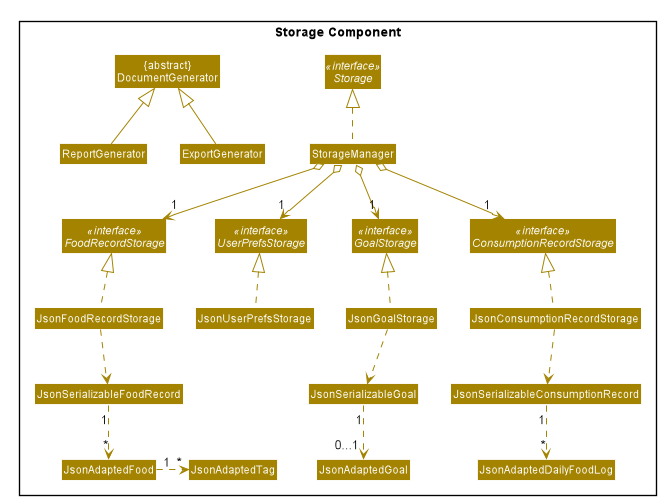
The PlantUML diagram images/StorageClassDiagram.png in AY1920S2-CS2103T-F11-1/main, before a commit.
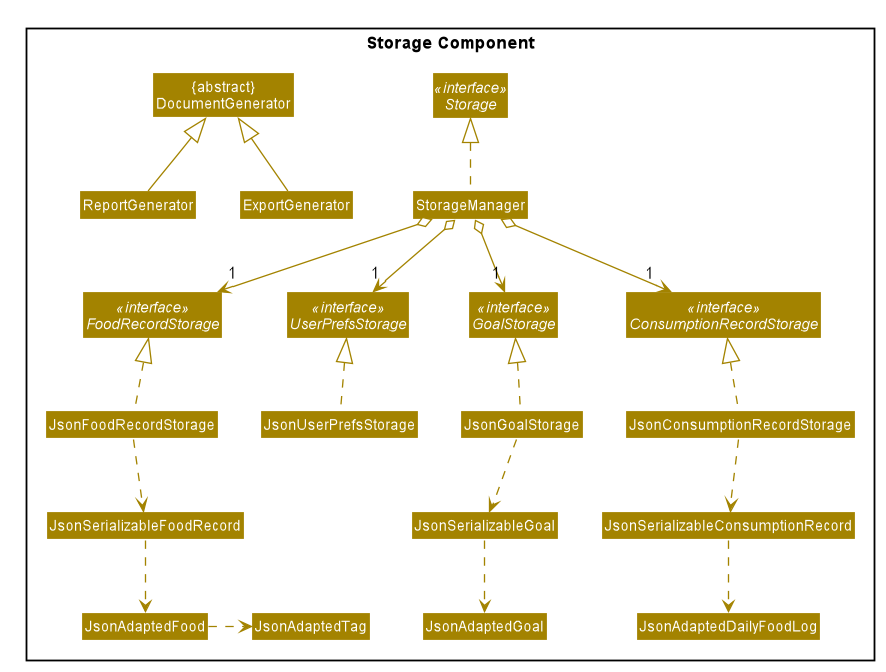
Later version of the same file.

What changed in the source:
```diff
@@ -85,17 +85,17 @@
 
 JsonConsumptionRecordStorage .up.|> ConsumptionRecordStorage
 JsonConsumptionRecordStorage .down.> JsonSerializableConsumptionRecord
-JsonSerializableConsumptionRecord "1" .down.> "*" JsonAdaptedDailyFoodLog
+JsonSerializableConsumptionRecord .down.> JsonAdaptedDailyFoodLog
 
 JsonGoalStorage .up.|> GoalStorage
 JsonGoalStorage ..> JsonSerializableGoal
-JsonSerializableGoal "1" ..> "0...1" JsonAdaptedGoal
+JsonSerializableGoal ..> JsonAdaptedGoal
 
 JsonUserPrefsStorage .up.|> UserPrefsStorage
 
 JsonFoodRecordStorage .up.|> FoodRecordStorage
 JsonFoodRecordStorage .down.> JsonSerializableFoodRecord
-JsonSerializableFoodRecord "1" .down.> "*" JsonAdaptedFood
-JsonAdaptedFood "1" .right.> "*" JsonAdaptedTag
+JsonSerializableFoodRecord .down.> JsonAdaptedFood
+JsonAdaptedFood .right.> JsonAdaptedTag
 }
 @enduml
```
